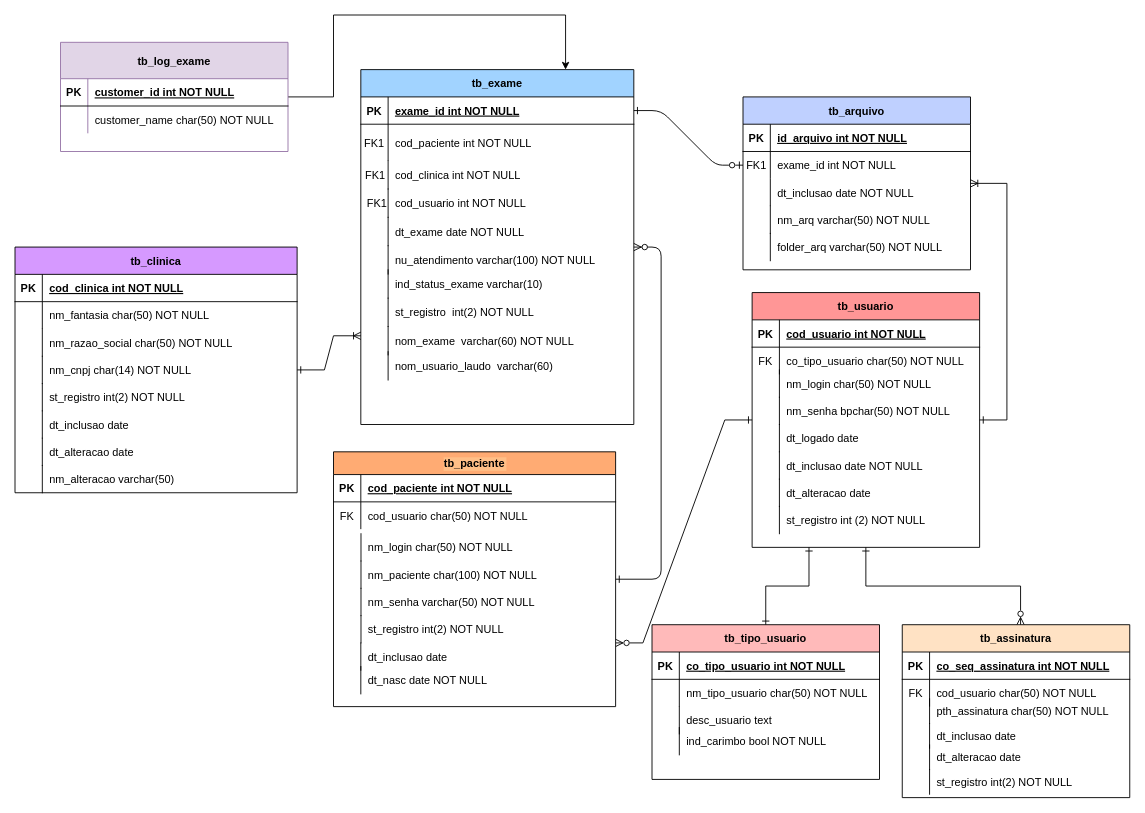
The draw.io diagram Diagrama sem nome.drawio in FFbsilva/DateStructure, before the edit. Source tidied: cells renumbered, new cells numbered last; positions are measured from the earlier drawing's top-left corner, leaving out a move shared by most shapes. Both pictures are drawn from the tidied source at 91%, with x=0, y=0 at pixel (15, 15).
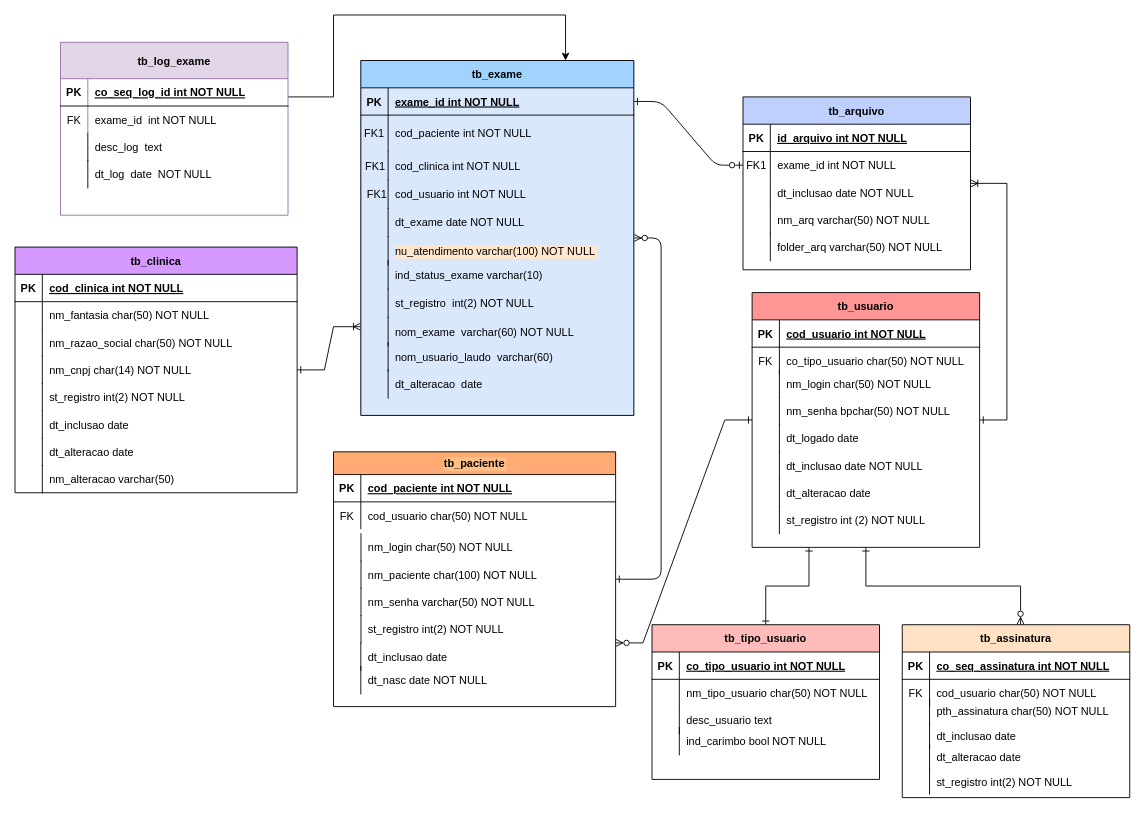
The same diagram, later.

Unchanged cells that the change refers to:
```xml
<mxCell id="77" style="group;" parent="1" vertex="1">
  <mxGeometry x="380" y="120" width="300" height="330" as="geometry" />
</mxCell>
<mxCell id="121" style="shape=partialRectangle;fillColor=none;top=0;left=0;right=0;bottom=1;" parent="120" vertex="1">
  <mxGeometry y="40" width="250" height="30" as="geometry" />
</mxCell>
<mxCell id="124" style="shape=partialRectangle;fillColor=none;top=0;left=0;right=0;bottom=0;" parent="120" vertex="1">
  <mxGeometry y="70" width="250" height="30" as="geometry" />
</mxCell>
```

What changed in the source:
```diff
@@
     <mxCell id="78" style="group;" parent="77" vertex="1">
-      <mxGeometry width="300" height="330" as="geometry" />
+      <mxGeometry y="-10" width="300" height="330" as="geometry" />
     </mxCell>
+    <mxCell id="88" style="shape=partialRectangle;overflow=hidden;fillColor=none;top=0;left=0;bottom=0;right=0;" parent="78" vertex="1">
+      <mxGeometry x="5" y="228.5" width="31.2" height="31.2" as="geometry" />
+    </mxCell>
+    <mxCell id="127" style="group;fillColor=#dae8fc;strokeColor=#B3BFFF;" parent="78" vertex="1">
+      <mxGeometry y="-60" width="300" height="390" as="geometry" />
+    </mxCell>
-    <mxCell id="79" value="tb_exame" style="shape=table;startSize=30;childLayout=tableLayout;rowLines=0;fontStyle=1;align=center;fillColor=#A1D3FF;" parent="78" vertex="1">
-      <mxGeometry y="-60" width="300" height="390" as="geometry" />
+    <mxCell id="79" value="tb_exame" style="shape=table;startSize=30;childLayout=tableLayout;rowLines=0;fontStyle=1;align=center;fillColor=#A1D3FF;" parent="127" vertex="1">
+      <mxGeometry width="300" height="390" as="geometry" />
     </mxCell>
@@
-    <mxCell id="88" style="shape=partialRectangle;overflow=hidden;fillColor=none;top=0;left=0;bottom=0;right=0;" parent="78" vertex="1">
-      <mxGeometry x="5" y="228.5" width="31.2" height="31.2" as="geometry" />
-    </mxCell>
-    <mxCell id="89" value="ind_status_exame varchar(10)" style="shape=partialRectangle;overflow=hidden;fillColor=none;top=0;left=1;bottom=0;right=0;align=left;spacingLeft=6;" parent="78" vertex="1">
-      <mxGeometry x="30" y="160" width="230" height="31.2" as="geometry" />
+    <mxCell id="89" value="ind_status_exame varchar(10)" style="shape=partialRectangle;overflow=hidden;fillColor=none;top=0;left=1;bottom=0;right=0;align=left;spacingLeft=6;" parent="127" vertex="1">
+      <mxGeometry x="30" y="220" width="230" height="31.2" as="geometry" />
     </mxCell>
-    <mxCell id="90" value="st_registro  int(2) NOT NULL" style="shape=partialRectangle;overflow=hidden;fillColor=none;top=0;left=1;bottom=0;right=0;align=left;spacingLeft=6;" parent="78" vertex="1">
-      <mxGeometry x="30" y="191.1" width="230" height="31.2" as="geometry" />
+    <mxCell id="90" value="st_registro  int(2) NOT NULL" style="shape=partialRectangle;overflow=hidden;fillColor=none;top=0;left=1;bottom=0;right=0;align=left;spacingLeft=6;" parent="127" vertex="1">
+      <mxGeometry x="30" y="251.1" width="230" height="31.2" as="geometry" />
     </mxCell>
-    <mxCell id="91" style="group;" parent="78" vertex="1">
-      <mxGeometry y="40" width="270" height="31.2" as="geometry" />
+    <mxCell id="91" style="group;" parent="127" vertex="1">
+      <mxGeometry y="100" width="270" height="31.2" as="geometry" />
     </mxCell>
@@
-    <mxCell id="94" style="group;" parent="78" vertex="1">
-      <mxGeometry y="71.2" width="300" height="31.2" as="geometry" />
+    <mxCell id="94" style="group;" parent="127" vertex="1">
+      <mxGeometry y="131.2" width="300" height="31.2" as="geometry" />
     </mxCell>
@@
-    <mxCell id="97" style="group;" parent="78" vertex="1">
-      <mxGeometry y="102.3" width="290" height="31.2" as="geometry" />
+    <mxCell id="97" style="group;" parent="127" vertex="1">
+      <mxGeometry y="162.3" width="290" height="31.2" as="geometry" />
     </mxCell>
@@
-    <mxCell id="100" style="group;" parent="78" vertex="1">
-      <mxGeometry x="5" y="138.7" width="260" height="31.2" as="geometry" />
+    <mxCell id="100" style="group;" parent="127" vertex="1">
+      <mxGeometry x="5" y="198.7" width="260" height="31.2" as="geometry" />
     </mxCell>
@@
-    <mxCell id="102" value="nu_atendimento varchar(100) NOT NULL" style="shape=partialRectangle;overflow=hidden;fillColor=none;top=0;left=1;bottom=0;right=0;align=left;spacingLeft=6;" parent="100" vertex="1">
+    <mxCell id="102" value="nu_atendimento varchar(100) NOT NULL" style="shape=partialRectangle;overflow=hidden;fillColor=none;top=0;left=1;bottom=0;right=0;align=left;spacingLeft=6;labelBackgroundColor=#FFE6CC;" parent="100" vertex="1">
       <mxGeometry x="25" y="-5.2" width="230" height="31.2" as="geometry" />
     </mxCell>
-    <mxCell id="103" value="nom_exame  varchar(60) NOT NULL" style="shape=partialRectangle;overflow=hidden;fillColor=none;top=0;left=1;bottom=0;right=0;align=left;spacingLeft=6;" parent="78" vertex="1">
-      <mxGeometry x="30" y="222.3" width="230" height="31.2" as="geometry" />
+    <mxCell id="103" value="nom_exame  varchar(60) NOT NULL" style="shape=partialRectangle;overflow=hidden;fillColor=none;top=0;left=1;bottom=0;right=0;align=left;spacingLeft=6;" parent="127" vertex="1">
+      <mxGeometry x="30" y="282.3" width="230" height="31.2" as="geometry" />
     </mxCell>
-    <mxCell id="104" value="nom_usuario_laudo  varchar(60)" style="shape=partialRectangle;overflow=hidden;fillColor=none;top=0;left=1;bottom=0;right=0;align=left;spacingLeft=6;" parent="78" vertex="1">
-      <mxGeometry x="30" y="250" width="250" height="31.1" as="geometry" />
+    <mxCell id="104" value="nom_usuario_laudo  varchar(60)" style="shape=partialRectangle;overflow=hidden;fillColor=none;top=0;left=1;bottom=0;right=0;align=left;spacingLeft=6;" parent="127" vertex="1">
+      <mxGeometry x="30" y="310" width="250" height="31.1" as="geometry" />
     </mxCell>
+    <mxCell id="128" value="dt_alteracao  date" style="shape=partialRectangle;overflow=hidden;fillColor=none;top=0;left=1;bottom=0;right=0;align=left;spacingLeft=6;" parent="127" vertex="1">
+      <mxGeometry x="30" y="340" width="250" height="31.1" as="geometry" />
+    </mxCell>
@@
     <mxCell id="120" value="tb_log_exame" style="shape=table;startSize=40;childLayout=tableLayout;rowLines=0;fontStyle=1;align=center;fillColor=#e1d5e7;strokeColor=#9673a6;" parent="1" vertex="1">
-      <mxGeometry x="50" y="30" width="250" height="120" as="geometry" />
+      <mxGeometry x="50" y="30" width="250" height="190" as="geometry" />
     </mxCell>
@@
-    <mxCell id="123" value="customer_id int NOT NULL " style="shape=partialRectangle;overflow=hidden;fillColor=none;top=0;left=0;bottom=0;right=0;align=left;spacingLeft=6;fontStyle=5;" parent="121" vertex="1">
+    <mxCell id="123" value="co_seq_log_id int NOT NULL " style="shape=partialRectangle;overflow=hidden;fillColor=none;top=0;left=0;bottom=0;right=0;align=left;spacingLeft=6;fontStyle=5;" parent="121" vertex="1">
       <mxGeometry x="30" width="220" height="30" as="geometry" />
     </mxCell>
@@
-    <mxCell id="125" style="shape=partialRectangle;overflow=hidden;fillColor=none;top=0;left=0;bottom=0;right=0;" parent="124" vertex="1">
+    <mxCell id="125" value="FK" style="shape=partialRectangle;overflow=hidden;fillColor=none;top=0;left=0;bottom=0;right=0;" parent="124" vertex="1">
       <mxGeometry width="30" height="30" as="geometry" />
     </mxCell>
-    <mxCell id="126" value="customer_name char(50) NOT NULL" style="shape=partialRectangle;overflow=hidden;fillColor=none;top=0;left=0;bottom=0;right=0;align=left;spacingLeft=6;" parent="124" vertex="1">
+    <mxCell id="126" value="exame_id  int NOT NULL" style="shape=partialRectangle;overflow=hidden;fillColor=none;top=0;left=0;bottom=0;right=0;align=left;spacingLeft=6;" parent="124" vertex="1">
       <mxGeometry x="30" width="220" height="30" as="geometry" />
     </mxCell>
+    <mxCell id="129" value="desc_log  text " style="shape=partialRectangle;overflow=hidden;fillColor=none;top=0;left=1;bottom=0;right=0;align=left;spacingLeft=6;" parent="1" vertex="1">
+      <mxGeometry x="80" y="130" width="220" height="30" as="geometry" />
+    </mxCell>
+    <mxCell id="130" value="dt_log  date  NOT NULL" style="shape=partialRectangle;overflow=hidden;fillColor=none;top=0;left=1;bottom=0;right=0;align=left;spacingLeft=6;" parent="1" vertex="1">
+      <mxGeometry x="80" y="160" width="220" height="30" as="geometry" />
+    </mxCell>
```
